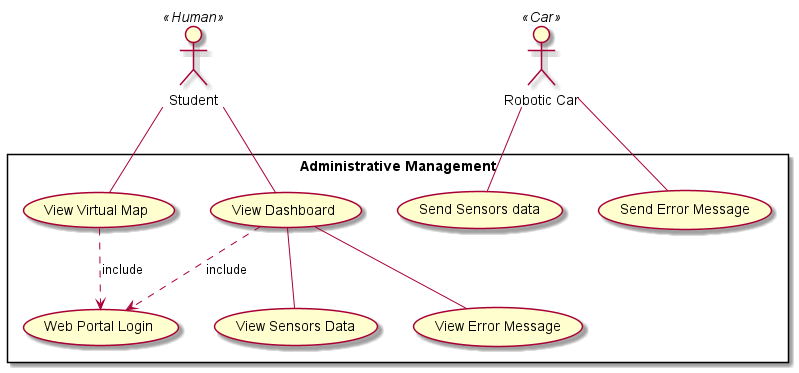
Before: Use-Case-Diagram - Adminstrative Management.png, a diagram exported from PlantUML (DanielFYJ/2101-2201-Project).
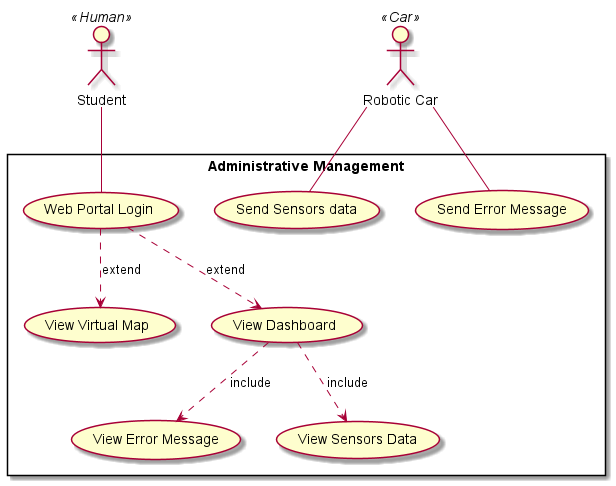
Later version of the same file.

What changed in the source:
```diff
@@ -12,12 +12,11 @@
     usecase "View Sensors Data" as UC7
 
 }
-    Student -- UC4
-    Student -- UC3
+    Student -- UC1
     Car -- UC6
     Car -- UC5
-    UC4 ..> UC1 : include
-    UC3 ..> UC1 : include
-    UC4 -- UC7
-    UC4 -- UC2
+    UC1 ..> UC4 : extend
+    UC1 ..> UC3 : extend
+    UC4 ..> UC7 : include
+    UC4 ..> UC2 : include
 @enduml
```
